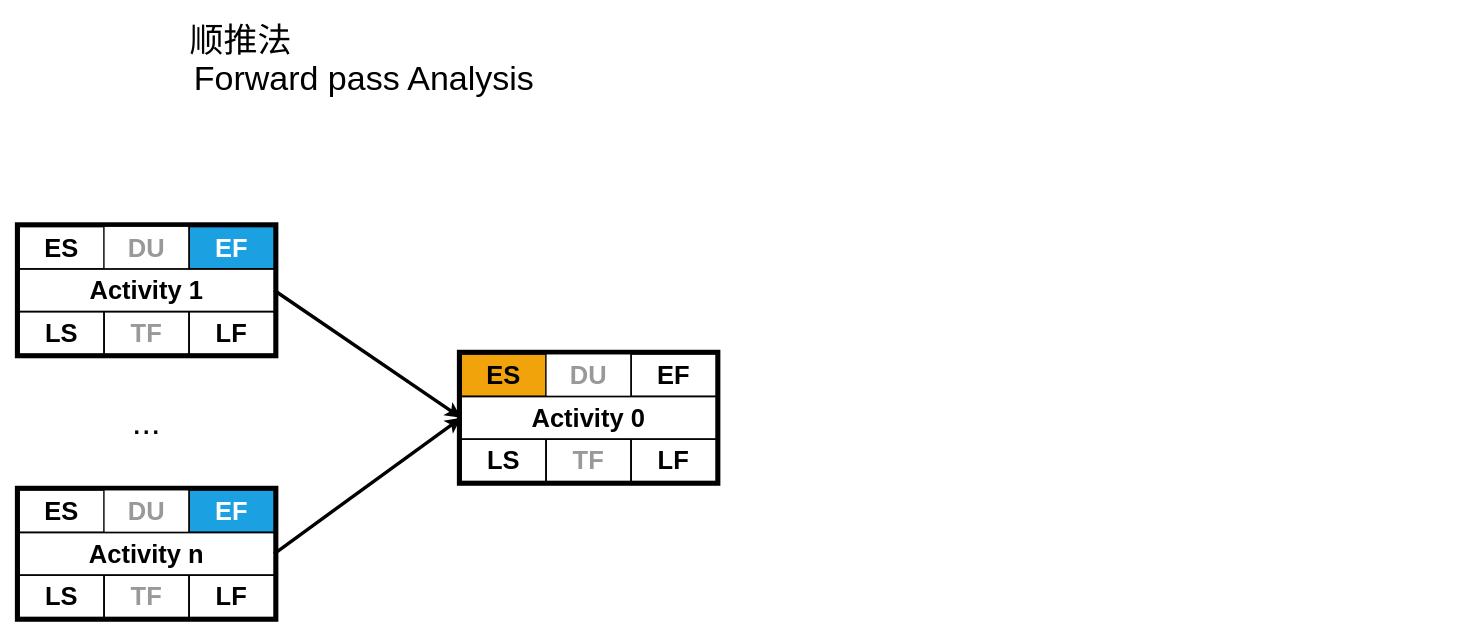
Before: page "2" (2 of 4) of img/draw.io/cpm.drawio in shixiaobang/sp-and-spm, a draw.io diagram. Source tidied: cells renumbered, new cells numbered last; positions are measured from the earlier drawing's top-left corner, leaving out a move shared by most shapes. Both pictures are drawn from the tidied source at 85%, with x=0, y=0 at pixel (19, 26).
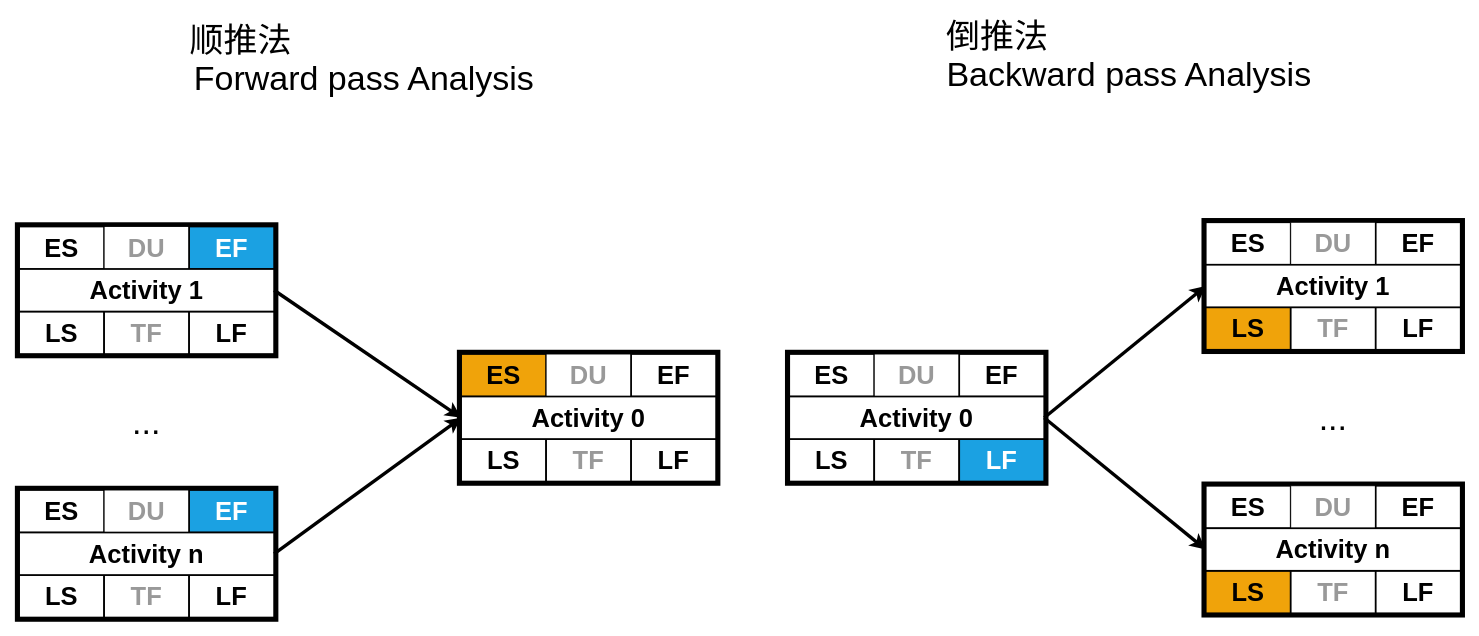
Above is the later version.

The edit, as a diff of the source:
```diff
@@
+    <mxCell id="34" style="group;" parent="1" vertex="1">
+      <mxGeometry x="906" y="-5" width="790" height="695" as="geometry" />
+    </mxCell>
+    <mxCell id="35" style="group;fillColor=default;fontColor=#ffffff;strokeColor=default;" parent="34" vertex="1">
+      <mxGeometry x="490" y="235" width="300" height="150" as="geometry" />
+    </mxCell>
+    <mxCell id="36" style="rounded=0;whiteSpace=wrap;html=1;fillColor=none;strokeWidth=10;" parent="35" vertex="1">
+      <mxGeometry width="300" height="150" as="geometry" />
+    </mxCell>
+    <mxCell id="37" value="&lt;font size=&quot;1&quot; style=&quot;&quot;&gt;&lt;b style=&quot;font-size: 30px;&quot;&gt;ES&lt;/b&gt;&lt;/font&gt;" style="rounded=0;whiteSpace=wrap;html=1;fillColor=default;strokeColor=default;fontColor=#000000;strokeWidth=2;" parent="35" vertex="1">
+      <mxGeometry width="100" height="50" as="geometry" />
+    </mxCell>
+    <mxCell id="38" value="&lt;font size=&quot;1&quot; color=&quot;#999999&quot; style=&quot;&quot;&gt;&lt;b style=&quot;font-size: 30px;&quot;&gt;DU&lt;/b&gt;&lt;/font&gt;" style="rounded=0;whiteSpace=wrap;html=1;fillColor=default;" parent="35" vertex="1">
+      <mxGeometry x="100" width="100" height="50" as="geometry" />
+    </mxCell>
+    <mxCell id="39" value="&lt;font color=&quot;#000000&quot; size=&quot;1&quot; style=&quot;&quot;&gt;&lt;b style=&quot;font-size: 30px;&quot;&gt;EF&lt;/b&gt;&lt;/font&gt;" style="rounded=0;whiteSpace=wrap;html=1;fillColor=default;fontColor=#ffffff;strokeColor=default;strokeWidth=2;" parent="35" vertex="1">
+      <mxGeometry x="200" width="100" height="50" as="geometry" />
+    </mxCell>
+    <mxCell id="40" value="&lt;font size=&quot;1&quot; style=&quot;&quot;&gt;&lt;b style=&quot;font-size: 30px;&quot;&gt;LS&lt;/b&gt;&lt;/font&gt;" style="rounded=0;whiteSpace=wrap;html=1;fillColor=#f0a30a;fontColor=#000000;strokeColor=default;strokeWidth=2;" parent="35" vertex="1">
+      <mxGeometry y="100" width="100" height="50" as="geometry" />
+    </mxCell>
+    <mxCell id="41" value="&lt;font size=&quot;1&quot; color=&quot;#999999&quot; style=&quot;&quot;&gt;&lt;b style=&quot;font-size: 30px;&quot;&gt;TF&lt;/b&gt;&lt;/font&gt;" style="rounded=0;whiteSpace=wrap;html=1;fillColor=default;strokeColor=#000000;strokeWidth=2;" parent="35" vertex="1">
+      <mxGeometry x="100" y="100" width="100" height="50" as="geometry" />
+    </mxCell>
+    <mxCell id="42" value="&lt;b&gt;&lt;font color=&quot;#000000&quot; style=&quot;font-size: 30px;&quot;&gt;LF&lt;/font&gt;&lt;/b&gt;" style="rounded=0;whiteSpace=wrap;html=1;fillColor=default;fontColor=#ffffff;strokeColor=default;strokeWidth=2;" parent="35" vertex="1">
+      <mxGeometry x="200" y="100" width="100" height="50" as="geometry" />
+    </mxCell>
+    <mxCell id="43" value="&lt;b style=&quot;color: rgb(0, 0, 0);&quot;&gt;&lt;font style=&quot;font-size: 30px;&quot;&gt;Activity 1&lt;/font&gt;&lt;/b&gt;" style="rounded=0;whiteSpace=wrap;html=1;glass=0;fontSize=30;fontColor=#999999;strokeColor=default;strokeWidth=2;fillColor=#FFFFFF;gradientColor=none;" parent="35" vertex="1">
+      <mxGeometry y="50" width="300" height="50" as="geometry" />
+    </mxCell>
+    <mxCell id="44" style="group;fillColor=#1ba1e2;fontColor=#ffffff;strokeColor=#006EAF;" parent="34" vertex="1">
+      <mxGeometry x="490" y="545" width="300" height="150" as="geometry" />
+    </mxCell>
+    <mxCell id="45" style="rounded=0;whiteSpace=wrap;html=1;fillColor=none;strokeWidth=10;" parent="44" vertex="1">
+      <mxGeometry width="300" height="150" as="geometry" />
+    </mxCell>
+    <mxCell id="46" value="&lt;font size=&quot;1&quot; style=&quot;&quot;&gt;&lt;b style=&quot;font-size: 30px;&quot;&gt;ES&lt;/b&gt;&lt;/font&gt;" style="rounded=0;whiteSpace=wrap;html=1;fillColor=default;strokeColor=default;fontColor=#000000;strokeWidth=2;" parent="44" vertex="1">
+      <mxGeometry width="100" height="50" as="geometry" />
+    </mxCell>
+    <mxCell id="47" value="&lt;font size=&quot;1&quot; color=&quot;#999999&quot; style=&quot;&quot;&gt;&lt;b style=&quot;font-size: 30px;&quot;&gt;DU&lt;/b&gt;&lt;/font&gt;" style="rounded=0;whiteSpace=wrap;html=1;fillColor=default;" parent="44" vertex="1">
+      <mxGeometry x="100" width="100" height="50" as="geometry" />
+    </mxCell>
+    <mxCell id="48" value="&lt;font color=&quot;#000000&quot; size=&quot;1&quot; style=&quot;&quot;&gt;&lt;b style=&quot;font-size: 30px;&quot;&gt;EF&lt;/b&gt;&lt;/font&gt;" style="rounded=0;whiteSpace=wrap;html=1;fillColor=default;fontColor=#ffffff;strokeColor=default;strokeWidth=2;" parent="44" vertex="1">
+      <mxGeometry x="200" width="100" height="50" as="geometry" />
+    </mxCell>
+    <mxCell id="49" value="&lt;font size=&quot;1&quot; style=&quot;&quot;&gt;&lt;b style=&quot;font-size: 30px;&quot;&gt;LS&lt;/b&gt;&lt;/font&gt;" style="rounded=0;whiteSpace=wrap;html=1;fillColor=#f0a30a;fontColor=#000000;strokeColor=default;strokeWidth=2;" parent="44" vertex="1">
+      <mxGeometry y="100" width="100" height="50" as="geometry" />
+    </mxCell>
+    <mxCell id="50" value="&lt;font size=&quot;1&quot; color=&quot;#999999&quot; style=&quot;&quot;&gt;&lt;b style=&quot;font-size: 30px;&quot;&gt;TF&lt;/b&gt;&lt;/font&gt;" style="rounded=0;whiteSpace=wrap;html=1;fillColor=default;strokeColor=#000000;strokeWidth=2;" parent="44" vertex="1">
+      <mxGeometry x="100" y="100" width="100" height="50" as="geometry" />
+    </mxCell>
+    <mxCell id="51" value="&lt;b&gt;&lt;font color=&quot;#000000&quot; style=&quot;font-size: 30px;&quot;&gt;LF&lt;/font&gt;&lt;/b&gt;" style="rounded=0;whiteSpace=wrap;html=1;fillColor=default;fontColor=#ffffff;strokeColor=default;strokeWidth=2;" parent="44" vertex="1">
+      <mxGeometry x="200" y="100" width="100" height="50" as="geometry" />
+    </mxCell>
+    <mxCell id="52" value="&lt;b style=&quot;color: rgb(0, 0, 0);&quot;&gt;&lt;font style=&quot;font-size: 30px;&quot;&gt;Activity n&lt;/font&gt;&lt;/b&gt;" style="rounded=0;whiteSpace=wrap;html=1;glass=0;fontSize=30;fontColor=#999999;strokeColor=default;strokeWidth=2;fillColor=#FFFFFF;gradientColor=none;" parent="44" vertex="1">
+      <mxGeometry y="50" width="300" height="50" as="geometry" />
+    </mxCell>
+    <mxCell id="53" style="group;fillColor=#1ba1e2;fontColor=#ffffff;strokeColor=default;" parent="34" vertex="1">
+      <mxGeometry y="390" width="300" height="150" as="geometry" />
+    </mxCell>
+    <mxCell id="54" style="rounded=0;whiteSpace=wrap;html=1;fillColor=none;strokeWidth=10;" parent="53" vertex="1">
+      <mxGeometry width="300" height="150" as="geometry" />
+    </mxCell>
+    <mxCell id="55" value="&lt;font size=&quot;1&quot; style=&quot;&quot;&gt;&lt;b style=&quot;font-size: 30px;&quot;&gt;ES&lt;/b&gt;&lt;/font&gt;" style="rounded=0;whiteSpace=wrap;html=1;fillColor=default;strokeColor=default;fontColor=#000000;strokeWidth=2;" parent="53" vertex="1">
+      <mxGeometry width="100" height="50" as="geometry" />
+    </mxCell>
+    <mxCell id="56" value="&lt;font size=&quot;1&quot; color=&quot;#999999&quot; style=&quot;&quot;&gt;&lt;b style=&quot;font-size: 30px;&quot;&gt;DU&lt;/b&gt;&lt;/font&gt;" style="rounded=0;whiteSpace=wrap;html=1;fillColor=default;" parent="53" vertex="1">
+      <mxGeometry x="100" width="100" height="50" as="geometry" />
+    </mxCell>
+    <mxCell id="57" value="&lt;font color=&quot;#000000&quot; size=&quot;1&quot; style=&quot;&quot;&gt;&lt;b style=&quot;font-size: 30px;&quot;&gt;EF&lt;/b&gt;&lt;/font&gt;" style="rounded=0;whiteSpace=wrap;html=1;fillColor=default;fontColor=#ffffff;strokeColor=default;strokeWidth=2;" parent="53" vertex="1">
+      <mxGeometry x="200" width="100" height="50" as="geometry" />
+    </mxCell>
+    <mxCell id="58" value="&lt;font size=&quot;1&quot; style=&quot;&quot;&gt;&lt;b style=&quot;font-size: 30px;&quot;&gt;LS&lt;/b&gt;&lt;/font&gt;" style="rounded=0;whiteSpace=wrap;html=1;fillColor=default;fontColor=#000000;strokeColor=default;strokeWidth=2;" parent="53" vertex="1">
+      <mxGeometry y="100" width="100" height="50" as="geometry" />
+    </mxCell>
+    <mxCell id="59" value="&lt;font size=&quot;1&quot; color=&quot;#999999&quot; style=&quot;&quot;&gt;&lt;b style=&quot;font-size: 30px;&quot;&gt;TF&lt;/b&gt;&lt;/font&gt;" style="rounded=0;whiteSpace=wrap;html=1;fillColor=default;strokeColor=#000000;strokeWidth=2;" parent="53" vertex="1">
+      <mxGeometry x="100" y="100" width="100" height="50" as="geometry" />
+    </mxCell>
+    <mxCell id="60" value="&lt;b&gt;&lt;font style=&quot;font-size: 30px;&quot;&gt;LF&lt;/font&gt;&lt;/b&gt;" style="rounded=0;whiteSpace=wrap;html=1;fillColor=#1ba1e2;fontColor=#ffffff;strokeColor=default;strokeWidth=2;" parent="53" vertex="1">
+      <mxGeometry x="200" y="100" width="100" height="50" as="geometry" />
+    </mxCell>
+    <mxCell id="61" value="&lt;b style=&quot;color: rgb(0, 0, 0);&quot;&gt;&lt;font style=&quot;font-size: 30px;&quot;&gt;Activity 0&lt;/font&gt;&lt;/b&gt;" style="rounded=0;whiteSpace=wrap;html=1;glass=0;fontSize=30;fontColor=#999999;strokeColor=default;strokeWidth=2;fillColor=#FFFFFF;gradientColor=none;" parent="53" vertex="1">
+      <mxGeometry y="50" width="300" height="50" as="geometry" />
+    </mxCell>
+    <mxCell id="62" value="&lt;font style=&quot;font-size: 40px;&quot; color=&quot;#000000&quot;&gt;...&lt;/font&gt;" style="text;html=1;strokeColor=none;fillColor=none;align=center;verticalAlign=middle;whiteSpace=wrap;rounded=0;glass=0;labelBackgroundColor=none;fontSize=30;fontColor=#FFFFFF;" parent="34" vertex="1">
+      <mxGeometry x="610" y="449.5" width="60" height="30" as="geometry" />
+    </mxCell>
+    <mxCell id="63" value="Backward pass Analysis" style="text;html=1;strokeColor=none;fillColor=none;align=center;verticalAlign=middle;whiteSpace=wrap;rounded=0;glass=0;labelBackgroundColor=none;fontSize=40;fontColor=#000000;" parent="34" vertex="1">
+      <mxGeometry x="170" y="45" width="460" height="30" as="geometry" />
+    </mxCell>
+    <mxCell id="64" value="倒推法" style="text;html=1;strokeColor=none;fillColor=none;align=center;verticalAlign=middle;whiteSpace=wrap;rounded=0;glass=0;labelBackgroundColor=none;fontSize=40;fontColor=#000000;" parent="34" vertex="1">
+      <mxGeometry x="180" width="130" height="30" as="geometry" />
+    </mxCell>
+    <mxCell id="65" style="endArrow=classic;html=1;rounded=0;fontSize=30;fontColor=#000000;entryX=0;entryY=0.5;entryDx=0;entryDy=0;exitX=1;exitY=0.5;exitDx=0;exitDy=0;strokeWidth=4;" parent="34" edge="1" source="54" target="36">
+      <mxGeometry relative="1" as="geometry" />
+    </mxCell>
+    <mxCell id="66" style="endArrow=classic;html=1;rounded=0;fontSize=30;fontColor=#000000;entryX=0;entryY=0.5;entryDx=0;entryDy=0;exitX=1;exitY=0.5;exitDx=0;exitDy=0;strokeWidth=4;" parent="34" edge="1" source="54" target="45">
+      <mxGeometry relative="1" as="geometry" />
+    </mxCell>
```
